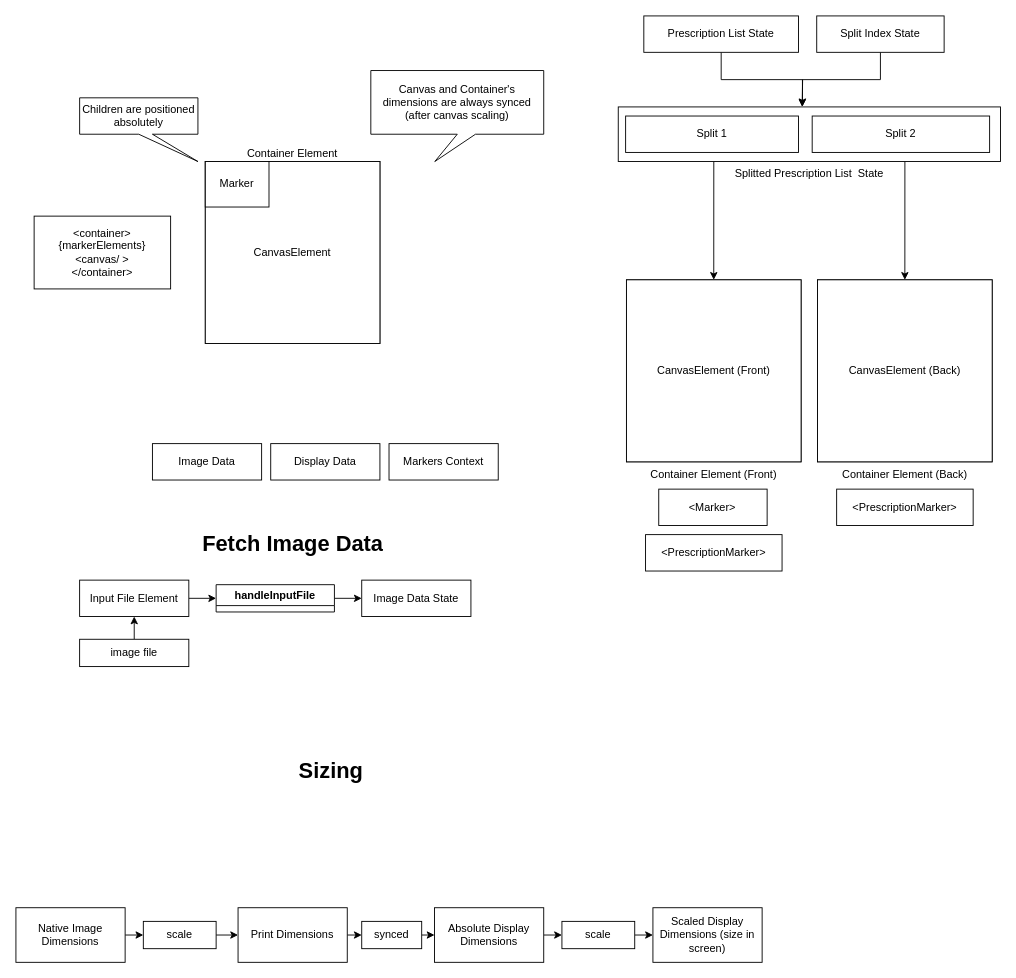
Above: page "Display" (3 of 9) of flowchart.drawio in jogaleon/prescription-writing-react-ts (draw.io), before the change. Source tidied: cells renumbered, new cells numbered last; positions are measured from the earlier drawing's top-left corner, leaving out a move shared by most shapes. Both pictures are drawn from the tidied source at 91%, with x=0, y=0 at pixel (15, 15).
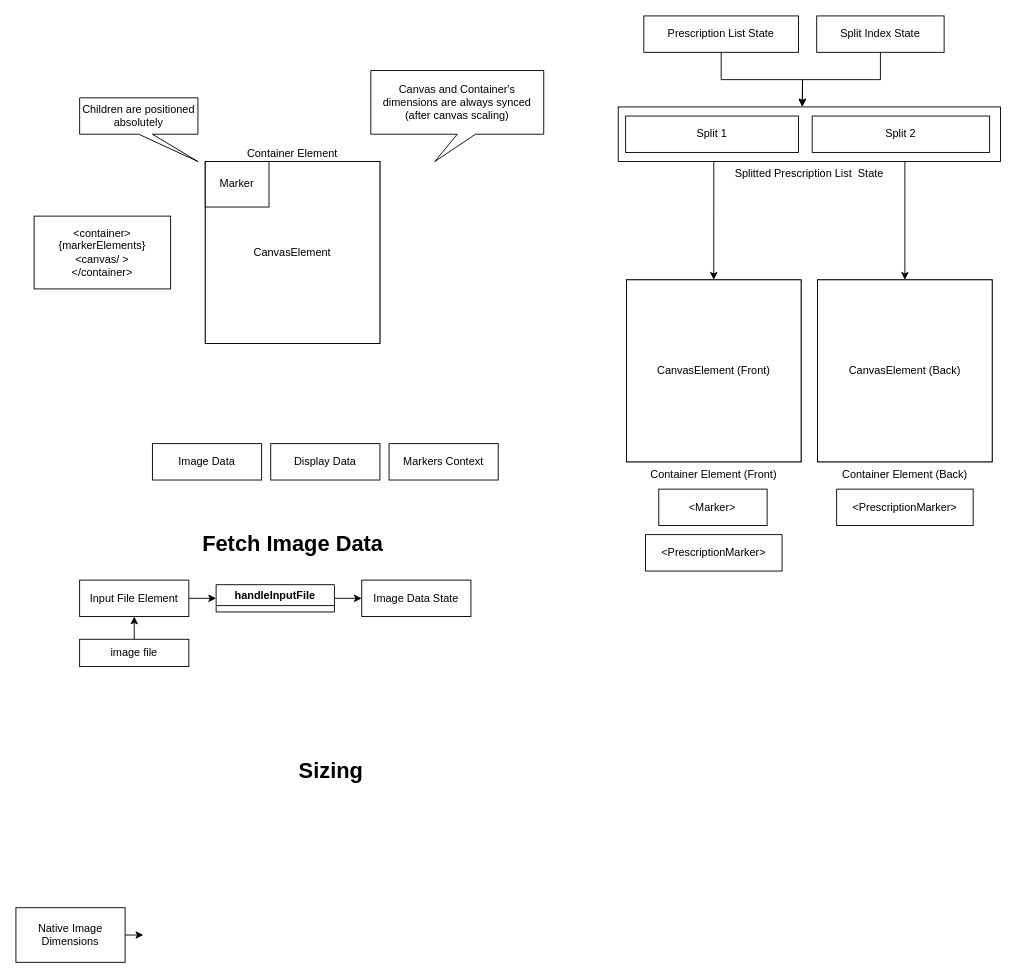
Above is the later version.

Unchanged cells that the change refers to:
```xml
<mxCell id="39" value="Native Image Dimensions" style="rounded=0;whiteSpace=wrap;html=1;" parent="1" vertex="1">
  <mxGeometry y="980" width="120" height="60" as="geometry" />
</mxCell>
```

Change to the diagram source:
```diff
@@
-    <mxCell id="38" style="edgeStyle=orthogonalEdgeStyle;rounded=0;jettySize=auto;html=1;exitX=1;exitY=0.5;exitDx=0;exitDy=0;entryX=0;entryY=0.5;entryDx=0;entryDy=0;" parent="1" edge="1" source="39" target="46">
-      <mxGeometry relative="1" as="geometry" />
+    <mxCell id="38" style="edgeStyle=orthogonalEdgeStyle;rounded=0;jettySize=auto;html=1;exitX=1;exitY=0.5;exitDx=0;exitDy=0;entryX=0;entryY=0.5;entryDx=0;entryDy=0;" parent="1" edge="1" source="39">
+      <mxGeometry relative="1" as="geometry">
+        <mxPoint x="140" y="1010" as="targetPoint" />
+      </mxGeometry>
     </mxCell>
@@
-    <mxCell id="40" style="edgeStyle=orthogonalEdgeStyle;rounded=0;jettySize=auto;html=1;exitX=1;exitY=0.5;exitDx=0;exitDy=0;entryX=0;entryY=0.5;entryDx=0;entryDy=0;" parent="1" edge="1" source="41" target="48">
-      <mxGeometry relative="1" as="geometry" />
-    </mxCell>
-    <mxCell id="41" value="Print Dimensions" style="rounded=0;whiteSpace=wrap;html=1;" parent="1" vertex="1">
-      <mxGeometry x="244.1" y="980" width="120" height="60" as="geometry" />
-    </mxCell>
-    <mxCell id="42" style="edgeStyle=orthogonalEdgeStyle;rounded=0;jettySize=auto;html=1;exitX=1;exitY=0.5;exitDx=0;exitDy=0;entryX=0;entryY=0.5;entryDx=0;entryDy=0;" parent="1" edge="1" source="43" target="50">
-      <mxGeometry relative="1" as="geometry" />
-    </mxCell>
-    <mxCell id="43" value="Absolute Display Dimensions" style="rounded=0;whiteSpace=wrap;html=1;" parent="1" vertex="1">
-      <mxGeometry x="460" y="980" width="120" height="60" as="geometry" />
-    </mxCell>
-    <mxCell id="44" value="Scaled Display Dimensions (size in screen)" style="rounded=0;whiteSpace=wrap;html=1;" parent="1" vertex="1">
-      <mxGeometry x="700" y="980" width="120" height="60" as="geometry" />
-    </mxCell>
-    <mxCell id="45" style="edgeStyle=orthogonalEdgeStyle;rounded=0;jettySize=auto;html=1;exitX=1;exitY=0.5;exitDx=0;exitDy=0;entryX=0;entryY=0.5;entryDx=0;entryDy=0;" parent="1" edge="1" source="46" target="41">
-      <mxGeometry relative="1" as="geometry" />
-    </mxCell>
-    <mxCell id="46" value="scale" style="rounded=0;whiteSpace=wrap;html=1;" parent="1" vertex="1">
-      <mxGeometry x="140" y="995" width="80" height="30" as="geometry" />
-    </mxCell>
-    <mxCell id="47" style="edgeStyle=orthogonalEdgeStyle;rounded=0;jettySize=auto;html=1;exitX=1;exitY=0.5;exitDx=0;exitDy=0;entryX=0;entryY=0.5;entryDx=0;entryDy=0;" parent="1" edge="1" source="48" target="43">
-      <mxGeometry relative="1" as="geometry" />
-    </mxCell>
-    <mxCell id="48" value="synced" style="rounded=0;whiteSpace=wrap;html=1;" parent="1" vertex="1">
-      <mxGeometry x="380" y="995" width="65.9" height="30" as="geometry" />
-    </mxCell>
-    <mxCell id="49" style="edgeStyle=orthogonalEdgeStyle;rounded=0;jettySize=auto;html=1;exitX=1;exitY=0.5;exitDx=0;exitDy=0;entryX=0;entryY=0.5;entryDx=0;entryDy=0;" parent="1" edge="1" source="50" target="44">
-      <mxGeometry relative="1" as="geometry" />
-    </mxCell>
-    <mxCell id="50" value="scale" style="rounded=0;whiteSpace=wrap;html=1;" parent="1" vertex="1">
-      <mxGeometry x="600" y="995" width="80" height="30" as="geometry" />
-    </mxCell>
```
